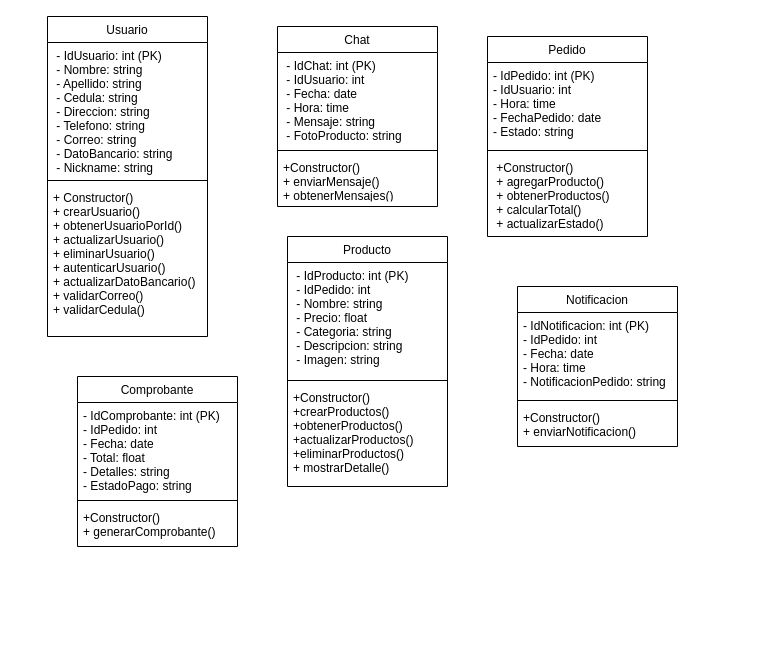
This is DiagramaClasesKamiapp.drawio from DarkJ-18/DiagramaClasesKamiapp, a draw.io file, before an edit. Source tidied: cells renumbered, new cells numbered last; positions are measured from the earlier drawing's top-left corner, leaving out a move shared by most shapes. Both pictures are drawn from the tidied source at 100%, with x=0, y=0 at pixel (47, 16).
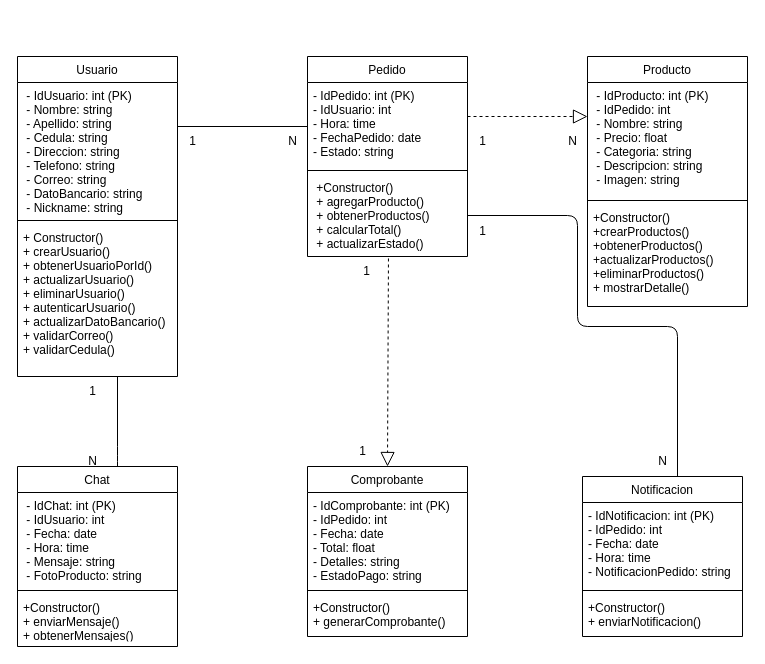
Above is the later version.

Commit message:
Creacion de Relaciones

The change refers to these unchanged cells:
```xml
<mxCell id="5" value="+ Constructor()&#10;+ crearUsuario()&#10;+ obtenerUsuarioPorId()&#10;+ actualizarUsuario()&#10;+ eliminarUsuario()&#10;+ autenticarUsuario()&#10;+ actualizarDatoBancario()&#10;+ validarCorreo()&#10;+ validarCedula()" style="text;align=left;verticalAlign=top;spacingLeft=4;spacingRight=4;overflow=hidden;points=[[0,0.5],[1,0.5]];portConstraint=eastwest;fontSize=12;" parent="2" vertex="1">
  <mxGeometry y="168" width="160" height="152" as="geometry" />
</mxCell>
<mxCell id="13" value=" +Constructor()&#10; + agregarProducto()&#10; + obtenerProductos()&#10; + calcularTotal()&#10; + actualizarEstado()" style="text;align=left;verticalAlign=top;spacingLeft=4;spacingRight=4;overflow=hidden;points=[[0,0.5],[1,0.5]];portConstraint=eastwest;fontSize=12;" parent="10" vertex="1">
  <mxGeometry y="118" width="160" height="82" as="geometry" />
</mxCell>
```

Change to the diagram source:
```diff
@@
     <mxCell id="2" value="Usuario" style="swimlane;fontStyle=0;align=center;verticalAlign=top;horizontal=1;startSize=26;rounded=0;shadow=0;strokeWidth=1;fontSize=12;" parent="1" vertex="1">
-      <mxGeometry width="160" height="320" as="geometry" />
+      <mxGeometry x="-30" y="40" width="160" height="320" as="geometry" />
     </mxCell>
@@
     <mxCell id="6" value="Chat" style="swimlane;fontStyle=0;align=center;verticalAlign=top;horizontal=1;startSize=26;rounded=0;shadow=0;strokeWidth=1;fontSize=12;" parent="1" vertex="1">
-      <mxGeometry x="230" y="10" width="160" height="180" as="geometry" />
+      <mxGeometry x="-30" y="450" width="160" height="180" as="geometry" />
     </mxCell>
@@
     <mxCell id="10" value="Pedido" style="swimlane;fontStyle=0;align=center;verticalAlign=top;horizontal=1;startSize=26;rounded=0;shadow=0;strokeWidth=1;fontSize=12;" parent="1" vertex="1">
-      <mxGeometry x="440" y="20" width="160" height="200" as="geometry" />
+      <mxGeometry x="260" y="40" width="160" height="200" as="geometry" />
     </mxCell>
@@
     <mxCell id="14" value="Producto" style="swimlane;fontStyle=0;align=center;verticalAlign=top;horizontal=1;startSize=26;rounded=0;shadow=0;strokeWidth=1;fontSize=12;" parent="1" vertex="1">
-      <mxGeometry x="240" y="220" width="160" height="250" as="geometry" />
+      <mxGeometry x="540" y="40" width="160" height="250" as="geometry" />
     </mxCell>
@@
     <mxCell id="18" value="Notificacion" style="swimlane;fontStyle=0;align=center;verticalAlign=top;horizontal=1;startSize=26;rounded=0;shadow=0;strokeWidth=1;fontSize=12;" parent="1" vertex="1">
-      <mxGeometry x="470" y="270" width="160" height="160" as="geometry" />
+      <mxGeometry x="535" y="460" width="160" height="160" as="geometry" />
     </mxCell>
@@
     <mxCell id="22" value="Comprobante" style="swimlane;fontStyle=0;align=center;verticalAlign=top;horizontal=1;startSize=26;rounded=0;shadow=0;strokeWidth=1;fontSize=12;" parent="1" vertex="1">
-      <mxGeometry x="30" y="360" width="160" height="170" as="geometry" />
+      <mxGeometry x="260" y="450" width="160" height="170" as="geometry" />
     </mxCell>
@@
+    <mxCell id="26" value="1" style="text;html=1;align=center;verticalAlign=middle;strokeColor=none;fillColor=none;" parent="1" vertex="1">
+      <mxGeometry x="130" y="110" width="30" height="30" as="geometry" />
+    </mxCell>
+    <mxCell id="27" value="N" style="text;html=1;align=center;verticalAlign=middle;strokeColor=none;fillColor=none;" parent="1" vertex="1">
+      <mxGeometry x="230" y="110" width="30" height="30" as="geometry" />
+    </mxCell>
+    <mxCell id="28" style="endArrow=none;html=1;edgeStyle=orthogonalEdgeStyle;" parent="1" edge="1">
+      <mxGeometry relative="1" as="geometry">
+        <mxPoint x="130" y="110" as="sourcePoint" />
+        <mxPoint x="260" y="110" as="targetPoint" />
+      </mxGeometry>
+    </mxCell>
+    <mxCell id="29" value="1" style="text;html=1;align=center;verticalAlign=middle;strokeColor=none;fillColor=none;" parent="1" vertex="1">
+      <mxGeometry x="420" y="110" width="30" height="30" as="geometry" />
+    </mxCell>
+    <mxCell id="30" value="N" style="text;html=1;align=center;verticalAlign=middle;strokeColor=none;fillColor=none;" parent="1" vertex="1">
+      <mxGeometry x="510" y="110" width="30" height="30" as="geometry" />
+    </mxCell>
+    <mxCell id="31" style="endArrow=block;dashed=1;endFill=0;endSize=12;html=1;" parent="1" edge="1">
+      <mxGeometry relative="1" as="geometry">
+        <mxPoint x="420" y="100" as="sourcePoint" />
+        <mxPoint x="540" y="100" as="targetPoint" />
+      </mxGeometry>
+    </mxCell>
+    <mxCell id="32" value="1" style="text;html=1;align=center;verticalAlign=middle;strokeColor=none;fillColor=none;" parent="1" vertex="1">
+      <mxGeometry x="304" y="240" width="30" height="30" as="geometry" />
+    </mxCell>
+    <mxCell id="33" value="1&lt;br&gt;" style="text;html=1;align=center;verticalAlign=middle;strokeColor=none;fillColor=none;" parent="1" vertex="1">
+      <mxGeometry x="300" y="420" width="30" height="30" as="geometry" />
+    </mxCell>
+    <mxCell id="34" value="1" style="text;html=1;align=center;verticalAlign=middle;strokeColor=none;fillColor=none;" parent="1" vertex="1">
+      <mxGeometry x="420" y="200" width="30" height="30" as="geometry" />
+    </mxCell>
+    <mxCell id="35" value="N" style="text;html=1;align=center;verticalAlign=middle;strokeColor=none;fillColor=none;" parent="1" vertex="1">
+      <mxGeometry x="600" y="430" width="30" height="30" as="geometry" />
+    </mxCell>
+    <mxCell id="36" style="endArrow=block;dashed=1;endFill=0;endSize=12;html=1;exitX=0.506;exitY=1.024;exitDx=0;exitDy=0;exitPerimeter=0;entryX=0.5;entryY=0;entryDx=0;entryDy=0;" parent="1" edge="1" source="13" target="22">
+      <mxGeometry relative="1" as="geometry" />
+    </mxCell>
+    <mxCell id="37" style="endArrow=none;html=1;edgeStyle=orthogonalEdgeStyle;exitX=1;exitY=0.5;exitDx=0;exitDy=0;" parent="1" edge="1" source="13">
+      <mxGeometry relative="1" as="geometry">
+        <mxPoint x="630" y="460" as="targetPoint" />
+        <Array as="points">
+          <mxPoint x="530" y="199" />
+          <mxPoint x="530" y="310" />
+          <mxPoint x="630" y="310" />
+        </Array>
+      </mxGeometry>
+    </mxCell>
+    <mxCell id="38" value="1" style="text;html=1;align=center;verticalAlign=middle;strokeColor=none;fillColor=none;" parent="1" vertex="1">
+      <mxGeometry x="30" y="360" width="30" height="30" as="geometry" />
+    </mxCell>
+    <mxCell id="39" value="N" style="text;html=1;align=center;verticalAlign=middle;strokeColor=none;fillColor=none;" parent="1" vertex="1">
+      <mxGeometry x="30" y="430" width="30" height="30" as="geometry" />
+    </mxCell>
+    <mxCell id="40" style="endArrow=none;html=1;edgeStyle=orthogonalEdgeStyle;" parent="1" edge="1" source="5">
+      <mxGeometry relative="1" as="geometry">
+        <mxPoint x="70" y="450" as="targetPoint" />
+        <Array as="points">
+          <mxPoint x="70" y="440" />
+        </Array>
+      </mxGeometry>
+    </mxCell>
```
